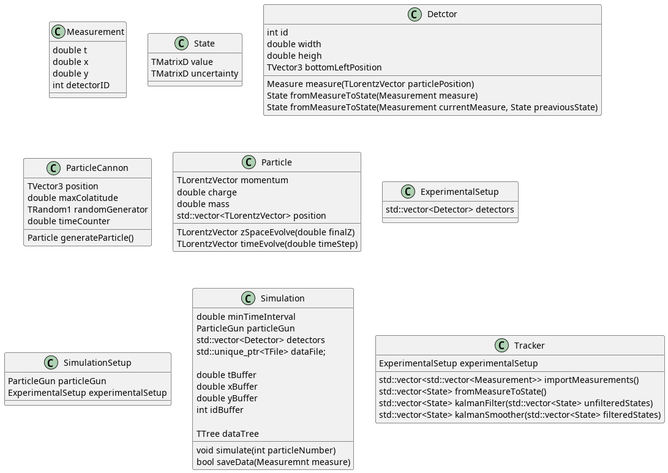
This is project_design/Class_diagram.png from bellan/T4D, a PlantUML export, as it was before one commit.
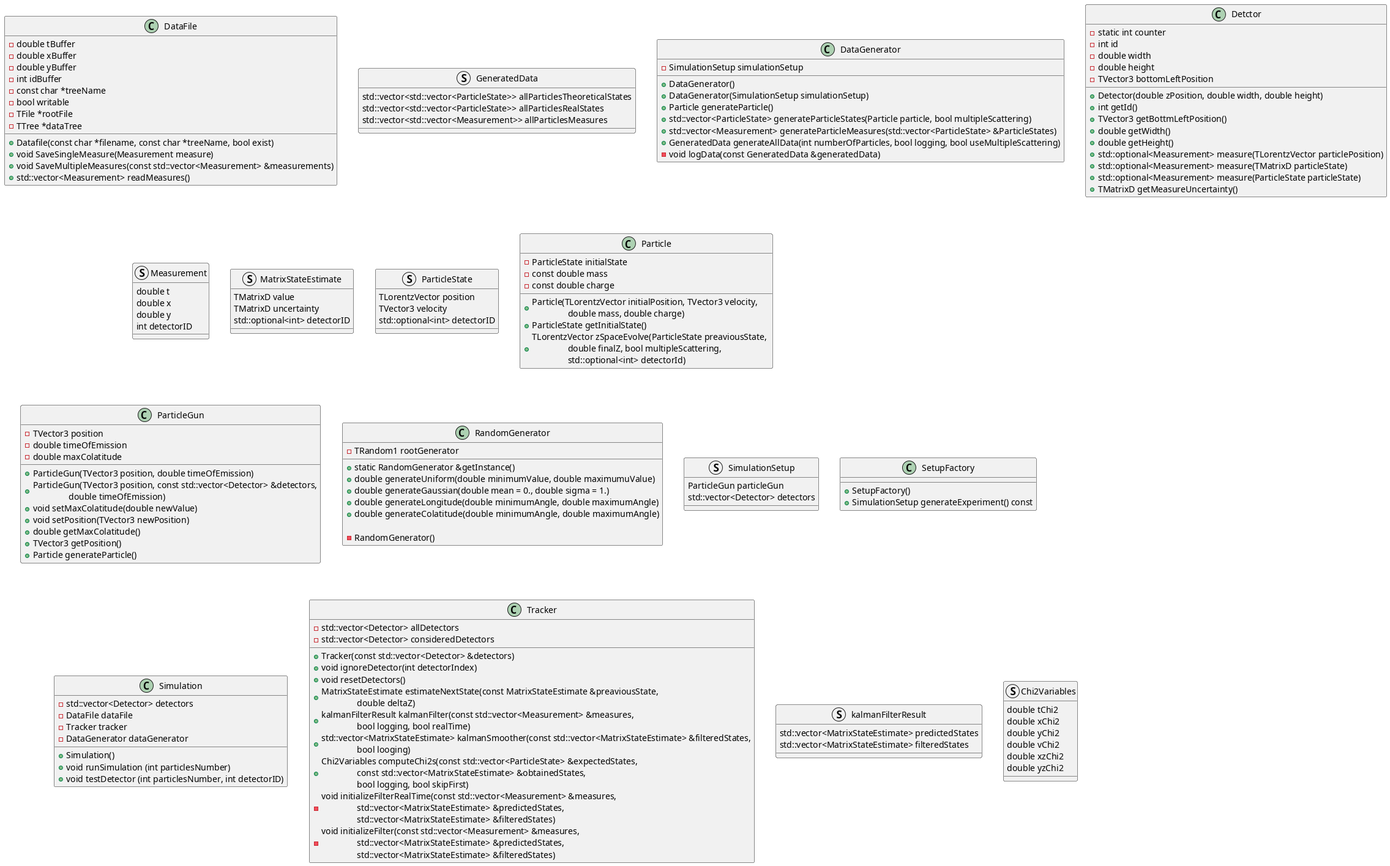
Above is the later version.

Commit message:
Indented class diagram

The edit, as a diff of the source:
```diff
@@ -1,78 +1,159 @@
 @startuml
-class Measurement {
+
+class DataFile {
+   +Datafile(const char *filename, const char *treeName, bool exist)
+   +void SaveSingleMeasure(Measurement measure)
+   +void SaveMultipleMeasures(const std::vector<Measurement> &measurements)
+   +std::vector<Measurement> readMeasures()
+
+   -double tBuffer
+   -double xBuffer
+   -double yBuffer
+   -int idBuffer
+   -const char *treeName
+   -bool writable
+   -TFile *rootFile
+   -TTree *dataTree
+}
+
+struct GeneratedData {
+  std::vector<std::vector<ParticleState>> allParticlesTheoreticalStates
+  std::vector<std::vector<ParticleState>> allParticlesRealStates
+  std::vector<std::vector<Measurement>> allParticlesMeasures
+}
+
+class DataGenerator {
+   +DataGenerator()
+   +DataGenerator(SimulationSetup simulationSetup)
+   +Particle generateParticle()
+   +std::vector<ParticleState> generateParticleStates(Particle particle, bool multipleScattering)
+   +std::vector<Measurement> generateParticleMeasures(std::vector<ParticleState> &ParticleStates)
+   +GeneratedData generateAllData(int numberOfParticles, bool logging, bool useMultipleScattering)
+   -void logData(const GeneratedData &generatedData)
+
+   -SimulationSetup simulationSetup
+}
+
+class Detctor {
+   +Detector(double zPosition, double width, double height)
+   +int getId()
+   +TVector3 getBottmLeftPosition()
+   +double getWidth()
+   +double getHeight()
+   +std::optional<Measurement> measure(TLorentzVector particlePosition)
+   +std::optional<Measurement> measure(TMatrixD particleState)
+   +std::optional<Measurement> measure(ParticleState particleState)
+   +TMatrixD getMeasureUncertainty()
+
+   -static int counter
+   -int id
+   -double width
+   -double height
+   -TVector3 bottomLeftPosition
+}
+
+struct Measurement {
    double t
    double x
    double y
    int detectorID
 }
 
-class State {
+struct MatrixStateEstimate {
    TMatrixD value
    TMatrixD uncertainty
+   std::optional<int> detectorID
 }
 
-class Detctor {
-   int id
-   double width
-   double heigh
-   TVector3 bottomLeftPosition
-
-   Measure measure(TLorentzVector particlePosition)
-   State fromMeasureToState(Measurement measure)
-   State fromMeasureToState(Measurement currentMeasure, State preaviousState)
-}
-
-class ParticleCannon {
-   TVector3 position
-   double maxColatitude
-   TRandom1 randomGenerator
-   double timeCounter
-
-   Particle generateParticle()
+struct ParticleState {
+  TLorentzVector position
+  TVector3 velocity
+  std::optional<int> detectorID
 }
 
 class Particle {
-   TLorentzVector momentum
-   double charge
-   double mass
-   std::vector<TLorentzVector> position
+   +Particle(TLorentzVector initialPosition, TVector3 velocity,\n\t\tdouble mass, double charge)
+   +ParticleState getInitialState()
+   +TLorentzVector zSpaceEvolve(ParticleState preaviousState, \n\t\tdouble finalZ, bool multipleScattering, \n\t\tstd::optional<int> detectorId)
 
-   TLorentzVector zSpaceEvolve(double finalZ)
-   TLorentzVector timeEvolve(double timeStep)
+   -ParticleState initialState
+   -const double mass
+   -const double charge
 }
 
-class ExperimentalSetup {
-   std::vector<Detector> detectors
+class ParticleGun {
+   +ParticleGun(TVector3 position, double timeOfEmission)
+   +ParticleGun(TVector3 position, const std::vector<Detector> &detectors,\n\t\tdouble timeOfEmission)
+   +void setMaxColatitude(double newValue)
+   +void setPosition(TVector3 newPosition)
+   +double getMaxColatitude()
+   +TVector3 getPosition()
+   +Particle generateParticle()
+
+   -TVector3 position
+   -double timeOfEmission
+   -double maxColatitude
 }
 
-class SimulationSetup {
-   ParticleGun particleGun
-   ExperimentalSetup experimentalSetup
+class RandomGenerator {
+   +static RandomGenerator &getInstance()
+   +double generateUniform(double minimumValue, double maximumuValue)
+   +double generateGaussian(double mean = 0., double sigma = 1.)
+   +double generateLongitude(double minimumAngle, double maximumAngle)
+   +double generateColatitude(double minimumAngle, double maximumAngle)
+
+   -RandomGenerator()
+   -TRandom1 rootGenerator
+}
+
+struct SimulationSetup {
+  ParticleGun particleGun
+  std::vector<Detector> detectors
+}
+
+class SetupFactory {
+   +SetupFactory()
+   +SimulationSetup generateExperiment() const
 }
 
 class Simulation {
-   double minTimeInterval
-   ParticleGun particleGun
-   std::vector<Detector> detectors
-   std::unique_ptr<TFile> dataFile;
+   +Simulation()
+   +void runSimulation (int particlesNumber)
+   +void testDetector (int particlesNumber, int detectorID)
 
-   double tBuffer
-   double xBuffer
-   double yBuffer
-   int idBuffer
-
-   TTree dataTree
-
-   void simulate(int particleNumber)
-   bool saveData(Measuremnt measure)
+   -std::vector<Detector> detectors
+   -DataFile dataFile
+   -Tracker tracker
+   -DataGenerator dataGenerator
 }
 
 class Tracker {
-   ExperimentalSetup experimentalSetup
+   +Tracker(const std::vector<Detector> &detectors)
+   +void ignoreDetector(int detectorIndex)
+   +void resetDetectors()
+   +MatrixStateEstimate estimateNextState(const MatrixStateEstimate &preaviousState,\n\t\tdouble deltaZ)
+   +kalmanFilterResult kalmanFilter(const std::vector<Measurement> &measures,\n\t\tbool logging, bool realTime)
+   +std::vector<MatrixStateEstimate> kalmanSmoother(const std::vector<MatrixStateEstimate> &filteredStates,\n\t\tbool looging)
+   +Chi2Variables computeChi2s(const std::vector<ParticleState> &expectedStates,\n\t\tconst std::vector<MatrixStateEstimate> &obtainedStates,\n\t\tbool logging, bool skipFirst)
+   -void initializeFilterRealTime(const std::vector<Measurement> &measures,\n\t\tstd::vector<MatrixStateEstimate> &predictedStates,\n\t\tstd::vector<MatrixStateEstimate> &filteredStates)
+   -void initializeFilter(const std::vector<Measurement> &measures,\n\t\tstd::vector<MatrixStateEstimate> &predictedStates,\n\t\tstd::vector<MatrixStateEstimate> &filteredStates)
 
-   std::vector<std::vector<Measurement>> importMeasurements()
-   std::vector<State> fromMeasureToState()
-   std::vector<State> kalmanFilter(std::vector<State> unfilteredStates)
-   std::vector<State> kalmanSmoother(std::vector<State> filteredStates)
+   -std::vector<Detector> allDetectors
+   -std::vector<Detector> consideredDetectors
 }
+
+struct kalmanFilterResult {
+  std::vector<MatrixStateEstimate> predictedStates
+  std::vector<MatrixStateEstimate> filteredStates
+}
+
+struct Chi2Variables {
+  double tChi2
+  double xChi2
+  double yChi2
+  double vChi2
+  double xzChi2
+  double yzChi2
+}
+
 @enduml
```
